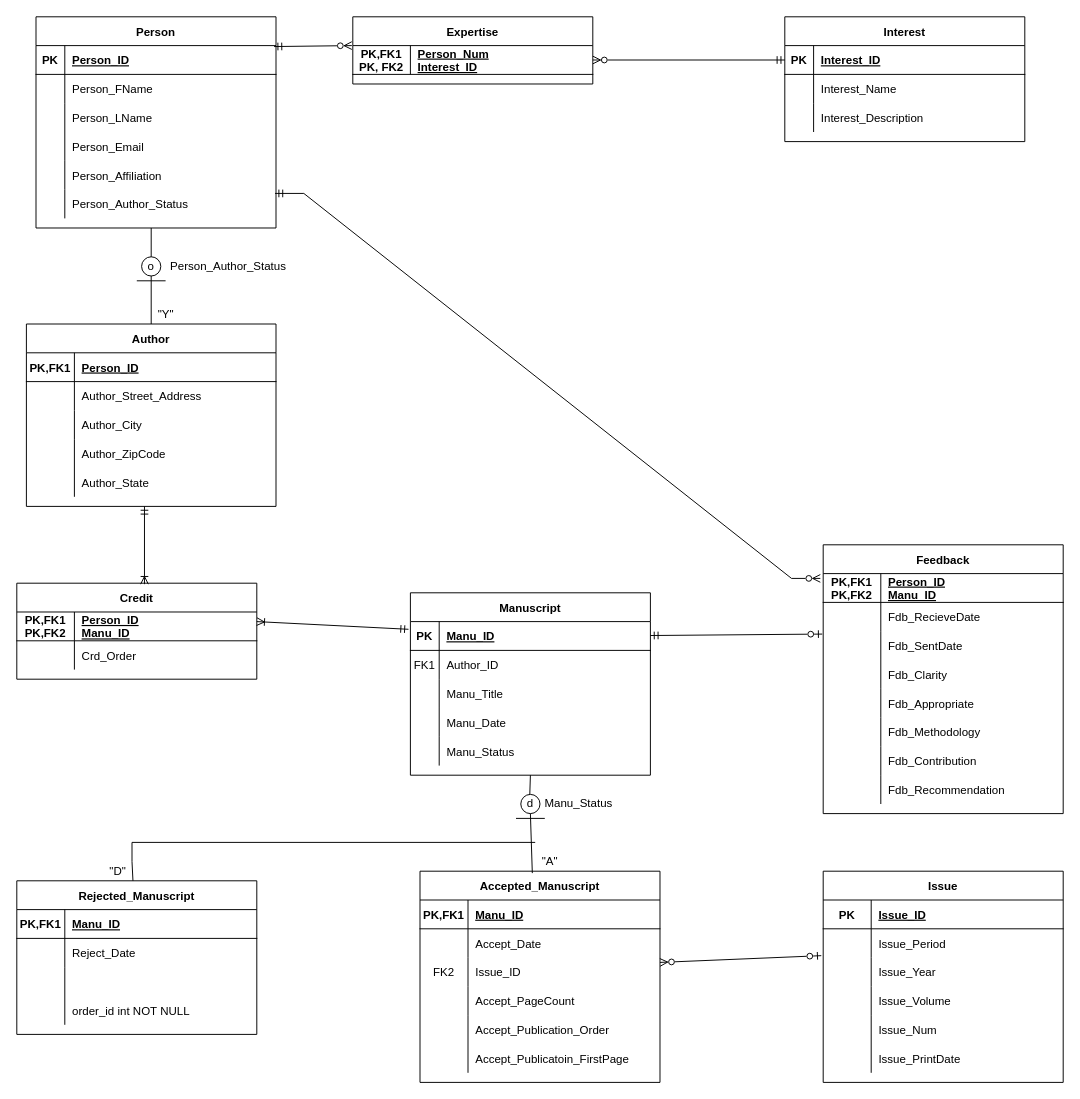
This is Untitled Diagram.drawio from kwoehrer/DatabaseHw, a draw.io file, before an edit. Source tidied: cells renumbered, new cells numbered last; positions are measured from the earlier drawing's top-left corner, leaving out a move shared by most shapes. Both pictures are drawn from the tidied source at 96%, with x=0, y=0 at pixel (16, 16).
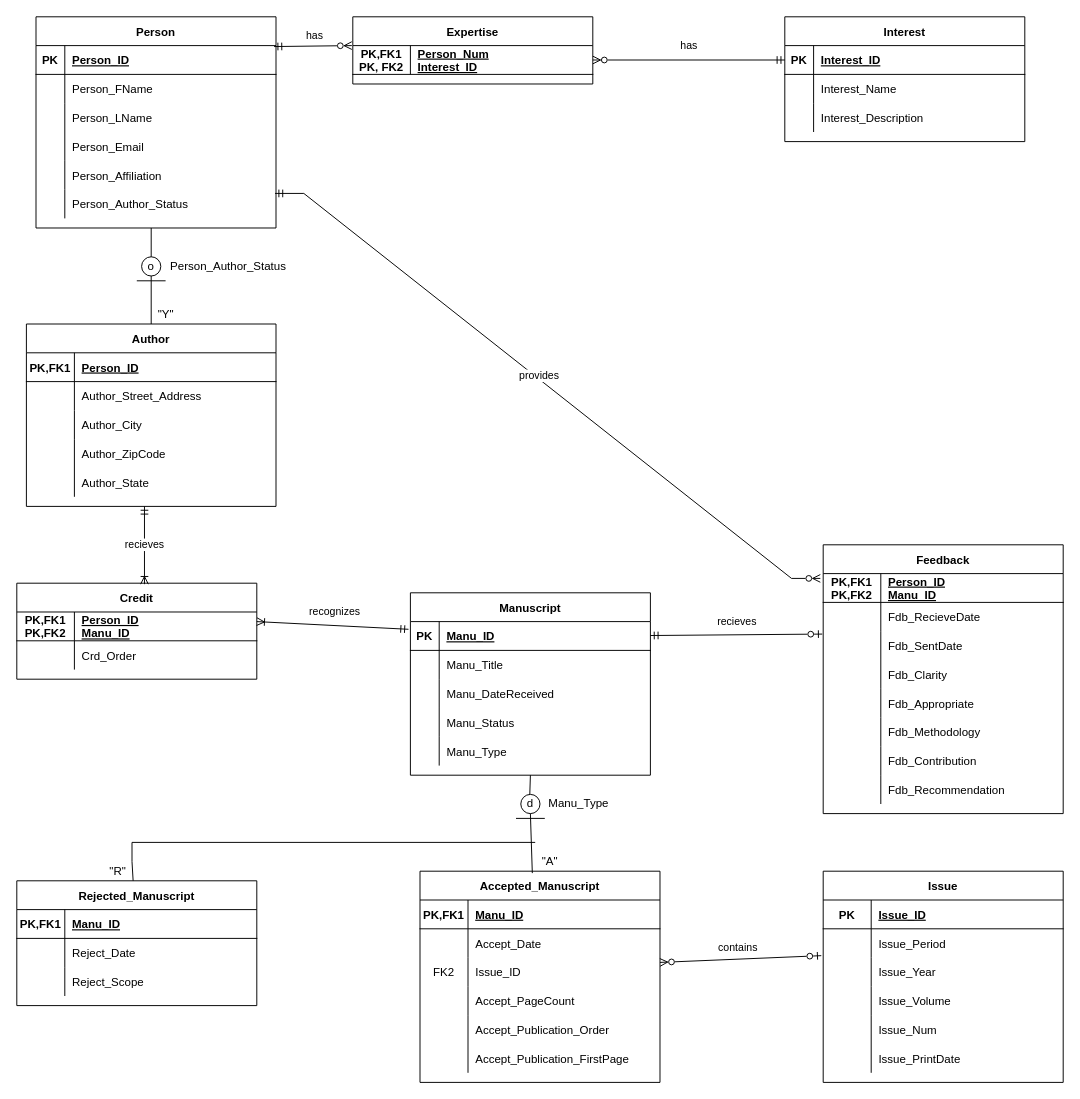
The same diagram, later.

Unchanged cells that the change refers to:
```xml
<mxCell id="2" value="Manuscript" style="shape=table;startSize=30;childLayout=tableLayout;rowLines=0;fontStyle=1;align=center;" parent="1" vertex="1">
  <mxGeometry x="410" y="600" width="250" height="190" as="geometry" />
</mxCell>
<mxCell id="3" style="shape=partialRectangle;fillColor=none;points=[[0,0.5],[1,0.5]];portConstraint=eastwest;top=0;left=0;right=0;bottom=1;" parent="2" vertex="1">
  <mxGeometry y="30" width="250" height="30" as="geometry" />
</mxCell>
<mxCell id="19" style="shape=partialRectangle;fillColor=none;points=[[0,0.5],[1,0.5]];portConstraint=eastwest;top=0;left=0;right=0;bottom=1;" parent="18" vertex="1">
  <mxGeometry y="30" width="250" height="30" as="geometry" />
</mxCell>
<mxCell id="60" style="shape=partialRectangle;fillColor=none;points=[[0,0.5],[1,0.5]];portConstraint=eastwest;top=0;left=0;right=0;bottom=0;" parent="53" vertex="1">
  <mxGeometry y="90" width="250" height="30" as="geometry" />
</mxCell>
<mxCell id="85" style="shape=partialRectangle;fillColor=none;points=[[0,0.5],[1,0.5]];portConstraint=eastwest;top=0;left=0;right=0;bottom=0;" parent="78" vertex="1">
  <mxGeometry y="90" width="250" height="30" as="geometry" />
</mxCell>
<mxCell id="94" style="shape=partialRectangle;fillColor=none;top=0;left=0;right=0;bottom=0;" parent="78" vertex="1">
  <mxGeometry y="180" width="250" height="30" as="geometry" />
</mxCell>
<mxCell id="104" style="shape=partialRectangle;fillColor=none;top=0;left=0;right=0;bottom=0;" parent="97" vertex="1">
  <mxGeometry y="90" width="250" height="30" as="geometry" />
</mxCell>
<mxCell id="111" style="shape=partialRectangle;fillColor=none;points=[[0,0.5],[1,0.5]];portConstraint=eastwest;top=0;left=0;right=0;bottom=1;" parent="110" vertex="1">
  <mxGeometry y="30" width="250" height="30" as="geometry" />
</mxCell>
<mxCell id="119" value="Credit" style="shape=table;startSize=30;childLayout=tableLayout;rowLines=0;fontStyle=1;align=center;" parent="1" vertex="1">
  <mxGeometry y="590" width="250" height="100" as="geometry" />
</mxCell>
<mxCell id="128" style="shape=partialRectangle;fillColor=none;points=[[0,0.5],[1,0.5]];portConstraint=eastwest;top=0;left=0;right=0;bottom=1;" parent="127" vertex="1">
  <mxGeometry y="30" width="250" height="30" as="geometry" />
</mxCell>
<mxCell id="140" style="edgeStyle=entityRelationEdgeStyle;fontSize=12;html=1;endArrow=ERzeroToMany;startArrow=ERmandOne;rounded=0;exitX=0.996;exitY=0.133;exitDx=0;exitDy=0;exitPerimeter=0;entryX=-0.012;entryY=0.167;entryDx=0;entryDy=0;entryPerimeter=0;startFill=0;endFill=0;" parent="1" edge="1" source="34" target="54">
  <mxGeometry relative="1" as="geometry" />
</mxCell>
<mxCell id="149" style="shape=partialRectangle;fillColor=none;points=[[0,0.5],[1,0.5]];portConstraint=eastwest;top=0;left=0;right=0;bottom=0;" parent="142" vertex="1">
  <mxGeometry y="90" width="250" height="30" as="geometry" />
</mxCell>
```

Diff of the diagram source:
```diff
@@
-    <mxCell id="6" style="shape=partialRectangle;fillColor=none;top=0;left=0;right=0;bottom=0;" parent="2" vertex="1">
-      <mxGeometry y="60" width="250" height="30" as="geometry" />
-    </mxCell>
-    <mxCell id="7" value="FK1" style="shape=partialRectangle;overflow=hidden;fillColor=none;top=0;left=0;bottom=0;right=0;" parent="6" vertex="1">
-      <mxGeometry width="30" height="30" as="geometry" />
-    </mxCell>
-    <mxCell id="8" value="Author_ID" style="shape=partialRectangle;overflow=hidden;fillColor=none;top=0;left=0;bottom=0;right=0;align=left;spacingLeft=6;" parent="6" vertex="1">
-      <mxGeometry x="30" width="220" height="30" as="geometry" />
-    </mxCell>
     <mxCell id="9" style="shape=partialRectangle;fillColor=none;top=0;left=0;right=0;bottom=0;" parent="2" vertex="1">
-      <mxGeometry y="90" width="250" height="30" as="geometry" />
+      <mxGeometry y="60" width="250" height="30" as="geometry" />
     </mxCell>
@@
     <mxCell id="12" style="shape=partialRectangle;fillColor=none;top=0;left=0;right=0;bottom=0;" parent="2" vertex="1">
-      <mxGeometry y="120" width="250" height="30" as="geometry" />
+      <mxGeometry y="90" width="250" height="30" as="geometry" />
     </mxCell>
@@
-    <mxCell id="14" value="Manu_Date" style="shape=partialRectangle;overflow=hidden;fillColor=none;top=0;left=0;bottom=0;right=0;align=left;spacingLeft=6;" parent="12" vertex="1">
+    <mxCell id="14" value="Manu_DateReceived" style="shape=partialRectangle;overflow=hidden;fillColor=none;top=0;left=0;bottom=0;right=0;align=left;spacingLeft=6;" parent="12" vertex="1">
       <mxGeometry x="30" width="220" height="30" as="geometry" />
     </mxCell>
     <mxCell id="15" style="shape=partialRectangle;fillColor=none;top=0;left=0;right=0;bottom=0;" parent="2" vertex="1">
-      <mxGeometry y="150" width="250" height="30" as="geometry" />
+      <mxGeometry y="120" width="250" height="30" as="geometry" />
     </mxCell>
@@
+    <mxCell id="171" style="shape=partialRectangle;fillColor=none;top=0;left=0;right=0;bottom=0;" parent="2" vertex="1">
+      <mxGeometry y="150" width="250" height="30" as="geometry" />
+    </mxCell>
+    <mxCell id="172" style="shape=partialRectangle;overflow=hidden;fillColor=none;top=0;left=0;bottom=0;right=0;" parent="171" vertex="1">
+      <mxGeometry width="30" height="30" as="geometry" />
+    </mxCell>
+    <mxCell id="173" value="Manu_Type" style="shape=partialRectangle;overflow=hidden;fillColor=none;top=0;left=0;bottom=0;right=0;align=left;spacingLeft=6;" parent="171" vertex="1">
+      <mxGeometry x="30" width="220" height="30" as="geometry" />
+    </mxCell>
@@
-    <mxCell id="96" value="Accept_Publicatoin_FirstPage" style="shape=partialRectangle;overflow=hidden;fillColor=none;top=0;left=0;bottom=0;right=0;align=left;spacingLeft=6;" parent="94" vertex="1">
+    <mxCell id="96" value="Accept_Publication_FirstPage" style="shape=partialRectangle;overflow=hidden;fillColor=none;top=0;left=0;bottom=0;right=0;align=left;spacingLeft=6;" parent="94" vertex="1">
       <mxGeometry x="50" width="200" height="30" as="geometry" />
     </mxCell>
     <mxCell id="97" value="Rejected_Manuscript" style="shape=table;startSize=30;childLayout=tableLayout;rowLines=0;fontStyle=1;align=center;" parent="1" vertex="1">
-      <mxGeometry y="900" width="250" height="160" as="geometry" />
+      <mxGeometry y="900" width="250" height="130" as="geometry" />
     </mxCell>
@@
-    <mxCell id="106" style="shape=partialRectangle;overflow=hidden;fillColor=none;top=0;left=0;bottom=0;right=0;align=left;spacingLeft=6;" parent="104" vertex="1">
+    <mxCell id="106" value="Reject_Scope" style="shape=partialRectangle;overflow=hidden;fillColor=none;top=0;left=0;bottom=0;right=0;align=left;spacingLeft=6;" parent="104" vertex="1">
       <mxGeometry x="50" width="200" height="30" as="geometry" />
     </mxCell>
-    <mxCell id="107" style="shape=partialRectangle;fillColor=none;top=0;left=0;right=0;bottom=0;" parent="97" vertex="1">
-      <mxGeometry y="120" width="250" height="30" as="geometry" />
-    </mxCell>
-    <mxCell id="108" style="shape=partialRectangle;overflow=hidden;fillColor=none;top=0;left=0;bottom=0;right=0;" parent="107" vertex="1">
-      <mxGeometry width="50" height="30" as="geometry" />
-    </mxCell>
-    <mxCell id="109" value="order_id int NOT NULL" style="shape=partialRectangle;overflow=hidden;fillColor=none;top=0;left=0;bottom=0;right=0;align=left;spacingLeft=6;" parent="107" vertex="1">
-      <mxGeometry x="50" width="200" height="30" as="geometry" />
-    </mxCell>
@@
-    <mxCell id="126" style="endArrow=ERoneToMany;html=1;rounded=0;entryX=0.532;entryY=0.01;entryDx=0;entryDy=0;entryPerimeter=0;endFill=0;startArrow=ERmandOne;startFill=0;" parent="1" edge="1" target="119">
-      <mxGeometry relative="1" as="geometry">
+    <mxCell id="126" value="recieves" style="endArrow=ERoneToMany;html=1;rounded=0;entryX=0.532;entryY=0.01;entryDx=0;entryDy=0;entryPerimeter=0;endFill=0;startArrow=ERmandOne;startFill=0;" parent="1" edge="1" target="119">
+      <mxGeometry x="-0.01" relative="1" as="geometry">
         <mxPoint x="133" y="510" as="sourcePoint" />
       </mxGeometry>
     </mxCell>
@@
-    <mxCell id="137" style="endArrow=ERzeroToMany;html=1;rounded=0;entryX=-0.004;entryY=0;entryDx=0;entryDy=0;entryPerimeter=0;exitX=0.992;exitY=0.033;exitDx=0;exitDy=0;exitPerimeter=0;startArrow=ERmandOne;startFill=0;endFill=0;" parent="1" edge="1" source="19" target="111">
-      <mxGeometry relative="1" as="geometry" />
+    <mxCell id="137" value="has" style="endArrow=ERzeroToMany;html=1;rounded=0;entryX=-0.004;entryY=0;entryDx=0;entryDy=0;entryPerimeter=0;exitX=0.992;exitY=0.033;exitDx=0;exitDy=0;exitPerimeter=0;startArrow=ERmandOne;startFill=0;endFill=0;" parent="1" edge="1" source="19" target="111">
+      <mxGeometry x="0.04" y="10" relative="1" as="geometry" />
     </mxCell>
-    <mxCell id="138" style="endArrow=ERzeroToMany;html=1;rounded=0;entryX=1;entryY=0.5;entryDx=0;entryDy=0;exitX=0;exitY=0.5;exitDx=0;exitDy=0;startArrow=ERmandOne;startFill=0;endFill=0;" parent="1" edge="1" source="128" target="111">
-      <mxGeometry relative="1" as="geometry" />
+    <mxCell id="138" value="has" style="endArrow=ERzeroToMany;html=1;rounded=0;entryX=1;entryY=0.5;entryDx=0;entryDy=0;exitX=0;exitY=0.5;exitDx=0;exitDy=0;startArrow=ERmandOne;startFill=0;endFill=0;" parent="1" edge="1" source="128" target="111">
+      <mxGeometry y="-15" relative="1" as="geometry" />
     </mxCell>
-    <mxCell id="139" style="endArrow=ERmandOne;html=1;rounded=0;entryX=-0.008;entryY=0.267;entryDx=0;entryDy=0;entryPerimeter=0;startArrow=ERoneToMany;startFill=0;endFill=0;" parent="1" edge="1" target="3">
-      <mxGeometry relative="1" as="geometry">
+    <mxCell id="139" value="recognizes" style="endArrow=ERmandOne;html=1;rounded=0;entryX=-0.008;entryY=0.267;entryDx=0;entryDy=0;entryPerimeter=0;startArrow=ERoneToMany;startFill=0;endFill=0;" parent="1" edge="1" target="3">
+      <mxGeometry y="14" relative="1" as="geometry">
         <mxPoint x="250" y="630" as="sourcePoint" />
+        <mxPoint x="1" as="offset" />
       </mxGeometry>
     </mxCell>
@@
+    <mxCell id="174" value="provides" style="edgeLabel;html=1;align=center;verticalAlign=middle;" parent="140" vertex="1">
+      <mxGeometry x="-0.04" y="3" relative="1" as="geometry" />
+    </mxCell>
-    <mxCell id="141" style="endArrow=ERzeroToOne;html=1;rounded=0;entryX=-0.004;entryY=0.1;entryDx=0;entryDy=0;entryPerimeter=0;endFill=0;startArrow=ERmandOne;startFill=0;" parent="1" edge="1" target="60">
-      <mxGeometry relative="1" as="geometry">
+    <mxCell id="141" value="recieves" style="endArrow=ERzeroToOne;html=1;rounded=0;entryX=-0.004;entryY=0.1;entryDx=0;entryDy=0;entryPerimeter=0;endFill=0;startArrow=ERmandOne;startFill=0;" parent="1" edge="1" target="60">
+      <mxGeometry x="0.01" y="14" relative="1" as="geometry">
         <mxPoint x="660" y="644.5" as="sourcePoint" />
       </mxGeometry>
     </mxCell>
@@
-    <mxCell id="164" style="endArrow=ERzeroToOne;html=1;rounded=0;exitX=1;exitY=0.167;exitDx=0;exitDy=0;exitPerimeter=0;entryX=-0.008;entryY=-0.067;entryDx=0;entryDy=0;entryPerimeter=0;startArrow=ERzeroToMany;startFill=0;endFill=0;" parent="1" edge="1" source="85" target="149">
-      <mxGeometry relative="1" as="geometry" />
+    <mxCell id="164" value="contains" style="endArrow=ERzeroToOne;html=1;rounded=0;exitX=1;exitY=0.167;exitDx=0;exitDy=0;exitPerimeter=0;entryX=-0.008;entryY=-0.067;entryDx=0;entryDy=0;entryPerimeter=0;startArrow=ERzeroToMany;startFill=0;endFill=0;" parent="1" edge="1" source="85" target="149">
+      <mxGeometry x="-0.04" y="12" relative="1" as="geometry">
+        <mxPoint x="1" as="offset" />
+      </mxGeometry>
     </mxCell>
-    <mxCell id="165" value="Manu_Status" style="text;html=1;align=center;verticalAlign=middle;strokeColor=none;fillColor=none;" parent="1" vertex="1">
-      <mxGeometry x="540" y="810" width="90" height="20" as="geometry" />
+    <mxCell id="165" value="Manu_Type" style="text;html=1;align=center;verticalAlign=middle;strokeColor=none;fillColor=none;" parent="1" vertex="1">
+      <mxGeometry x="545" y="810" width="80" height="20" as="geometry" />
     </mxCell>
@@
-    <mxCell id="170" value="&quot;D&quot;" style="text;html=1;align=center;verticalAlign=middle;strokeColor=none;fillColor=none;" parent="1" vertex="1">
+    <mxCell id="170" value="&quot;R&quot;" style="text;html=1;align=center;verticalAlign=middle;strokeColor=none;fillColor=none;" parent="1" vertex="1">
       <mxGeometry x="90" y="880" width="30" height="20" as="geometry" />
     </mxCell>
```
